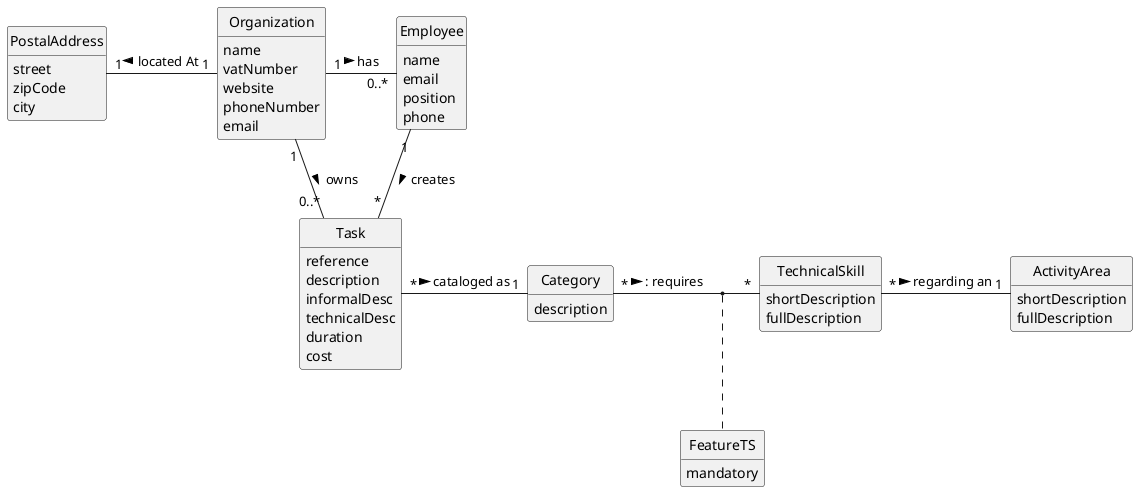
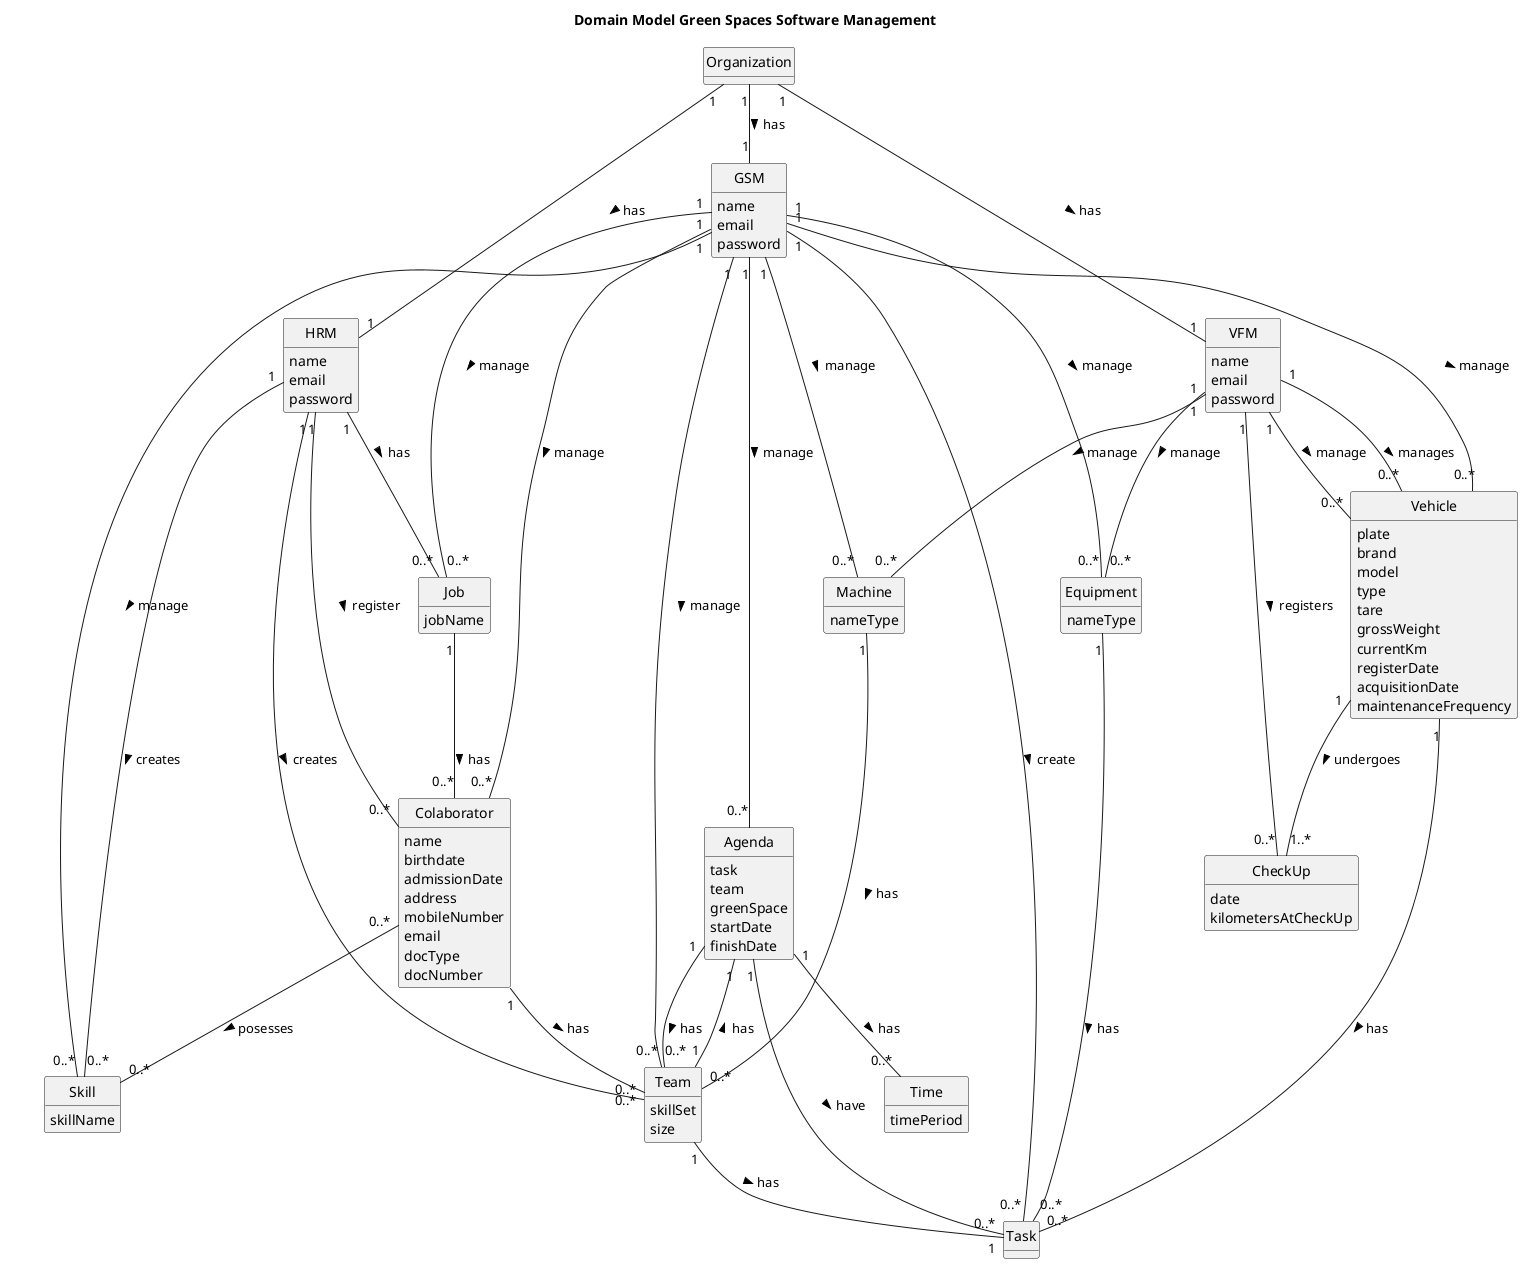
@startuml
skinparam monochrome true
skinparam packageStyle rectangle
skinparam shadowing false
'skinparam linetype ortho
'left to right direction
skinparam classAttributeIconSize 0
hide circle
hide methods
- 
- 'title Domain Model
+ title Domain Model Green Spaces Software Management

'class Platform {
'  -description
'}

class Organization {
-     name
-     vatNumber
-     website
-     phoneNumber
-     email
}

class Task {
-     reference
-     description
-     informalDesc
-     technicalDesc
-     duration
-     cost
}

- class Category {
-     description
+ 
+ class HRM{
+     name
+     email
+     password
}

- class Employee {
+ class Skill{
+     skillName
+ }
+ 
+ class VFM{
    name
    email
-     position
-     phone
+     password
}

- class TechnicalSkill{
-     shortDescription
-     fullDescription
+ class GSM{
+     name
+     email
+     password
}

- class ActivityArea{
-     shortDescription
-     fullDescription
+ class Vehicle{
+     plate
+     brand
+     model
+     type
+     tare
+     grossWeight
+     currentKm
+     registerDate
+     acquisitionDate
+     maintenanceFrequency
}

- class FeatureTS{
-     mandatory
+ class CheckUp {
+     date
+     kilometersAtCheckUp
}

- 'class User {
- '    name
- '    email
- '    password
- '}
- class PostalAddress{
-     street
-     zipCode
-     city
+ class Agenda{
+     task
+     team
+     greenSpace
+     startDate
+     finishDate
}
- 'Platform "1" -- "*" Organization : has registered >
- 'Platform "1" -- "*" Category : defines >
- Organization "1" - "0..*" Employee : has >
- Organization "1" - "0..*" Task: owns >
- 'Task "*" -- "1" Employee: created by >
- Employee "1" -- "*" Task : creates >
- 'Employee "0..1" -- "1" User: acts as >
- Task "*" - "1" Category: cataloged as >
- TechnicalSkill "*" - "1" ActivityArea: regarding an >

- Category "*" - "*" TechnicalSkill :  : requires >
- (Category, TechnicalSkill) . FeatureTS
+ class Equipment{
+     nameType
+ }

- Organization "1" -left "1" PostalAddress : located At >
+ class Job{
+     jobName
+ }
+ 
+ class Machine{
+     nameType
+ }
+ 
+ class Team{
+     skillSet
+     size
+ }
+ 
+ 
+ class Colaborator {
+     name
+     birthdate
+     admissionDate
+     address
+     mobileNumber
+     email
+     docType
+     docNumber
+ }
+ 
+ class Time{
+     timePeriod
+ }
+ 
+ 
+ Organization "1" -- "1" HRM : has >
+ Organization "1" -- "1" VFM : has >
+ Organization "1" -- "1" GSM : has >
+ 
+ HRM "1" -- "0..*" Colaborator : register >
+ HRM "1" -- "0..*" Job : has >
+ HRM "1" -- "0..*" Team : creates >
+ HRM "1" -- "0..*" Skill : creates >
+ 
+ VFM "1" -- "0..*" Vehicle : manage >
+ VFM "1" -- "0..*" Equipment : manage >
+ VFM "1" -- "0..*" Machine : manage >
+ VFM "1" -- "0..*" Vehicle : manages >
+ VFM "1" -- "0..*" CheckUp : registers >
+ 
+ GSM "1" --- "0..*" Colaborator : manage >
+ GSM "1" --- "0..*" Vehicle : manage >
+ GSM "1" --- "0..*" Team : manage >
+ GSM "1" --- "0..*" Task : create >
+ GSM "1" --- "0..*" Equipment : manage >
+ 'GSM "1" --- "0..1" CheckUpList : see >
+ GSM "1" --- "0..*" Job : manage >
+ GSM "1" --- "0..*" Machine : manage >
+ GSM "1" - "0..*" Agenda : manage >
+ GSM "1" --- "0..*" Skill : manage >
+ 
+ Vehicle "1" -- "0..*" Task : has >
+ Vehicle "1" -- "1..*" CheckUp : undergoes >
+ 
+ Equipment "1" -- "0..*" Task : has >
+ 
+ Colaborator "0..*" -- "0..*" Skill : posesses >
+ Colaborator "1" -- "0..*" Team : has >
+ 
+ Job "1" -- "0..*" Colaborator : has >
+ 
+ Team "1" -- "1" Task : has >
+ Team "1" -- "1" Agenda : has >
+ 
+ Machine "1" -- "0..*" Team : has >
+ 
+ 
+ Agenda "1" -- "0..*" Team : has >
+ Agenda "1" -- "0..*" Task : have >
+ Agenda "1" -- "0..*" Time : has >
+ 
+ 

@enduml